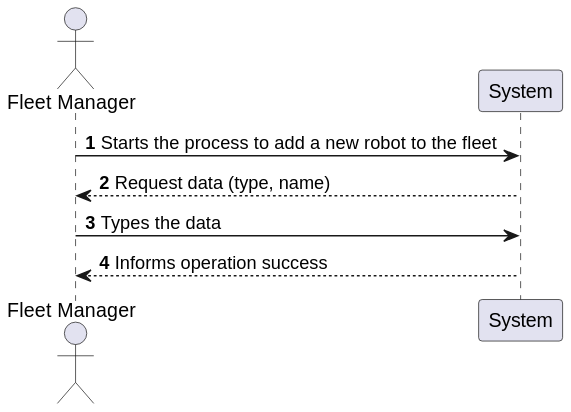
Pedro-Pereira1/sem5pi_23_24_g056 keeps this PlantUML diagram as docs/US_360/Diagrams/SystemSequenceDiagram.svg. Above is the earlier version. Source of this version:
```plantuml
@startuml

autonumber
actor "Fleet Manager" as CM

CM -> System: Starts the process to add a new robot to the fleet
System --> CM: Request data (type, name)
CM -> System: Types the data
CM <-- System: Informs operation success
@enduml
```
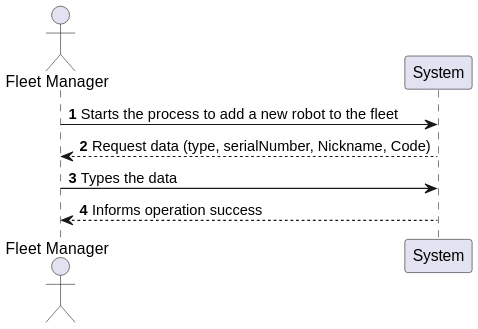
Later version of the same file.

Commit message:
Updated documentation, updated Us360 documentation added DomainModelExcerpt, SystemSequenceDiagram and SequenceDiagram layer2

The edit, as a diff of the source:
```diff
@@ -4,7 +4,7 @@
 actor "Fleet Manager" as CM
 
 CM -> System: Starts the process to add a new robot to the fleet
-System --> CM: Request data (type, name)
+System --> CM: Request data (type, serialNumber, Nickname, Code)
 CM -> System: Types the data
 CM <-- System: Informs operation success
 @enduml
```
